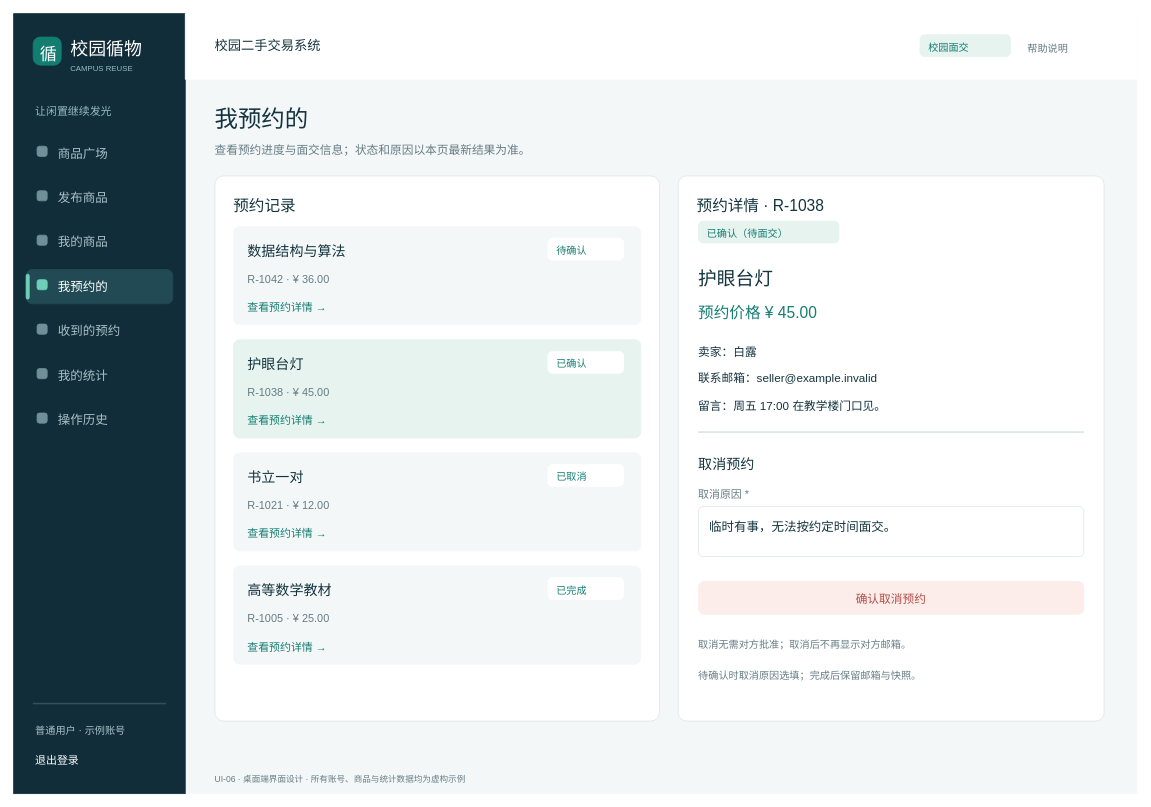
hqzhao-debug/software-engineering-lab1 keeps this draw.io diagram as page "界面06_我预约的" (6 of 14) of lab2/UI/校园循物_UI设计.drawio. Above is the earlier version. Source tidied: cells renumbered, new cells numbered last; positions are measured from the earlier drawing's top-left corner, leaving out a move shared by most shapes. Both pictures are drawn from the tidied source at 78%, with x=0, y=0 at pixel (13, 13).
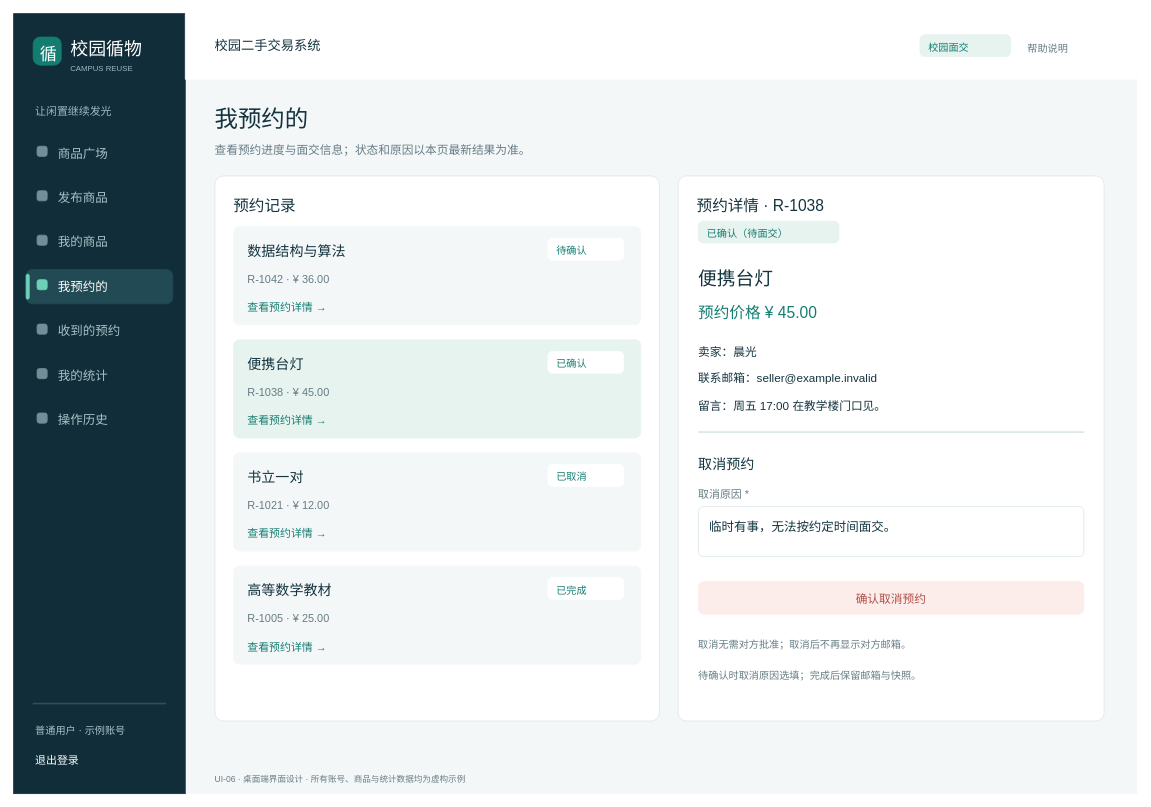
The same diagram, later.

Diff of the diagram source:
```diff
@@
-    <mxCell id="45" value="护眼台灯" style="text;html=0;strokeColor=none;fillColor=none;align=left;verticalAlign=top;whiteSpace=wrap;rounded=0;fontFamily=Hiragino Sans GB;fontSize=18;fontColor=#14343F;spacing=0;" parent="1" vertex="1">
+    <mxCell id="45" value="便携台灯" style="text;html=0;strokeColor=none;fillColor=none;align=left;verticalAlign=top;whiteSpace=wrap;rounded=0;fontFamily=Hiragino Sans GB;fontSize=18;fontColor=#14343F;spacing=0;" parent="1" vertex="1">
       <mxGeometry x="300" y="435" width="84" height="30" as="geometry" />
     </mxCell>
@@
-    <mxCell id="66" value="护眼台灯" style="text;html=0;strokeColor=none;fillColor=none;align=left;verticalAlign=top;whiteSpace=wrap;rounded=0;fontFamily=Hiragino Sans GB;fontSize=24;fontColor=#14343F;spacing=0;" parent="1" vertex="1">
+    <mxCell id="66" value="便携台灯" style="text;html=0;strokeColor=none;fillColor=none;align=left;verticalAlign=top;whiteSpace=wrap;rounded=0;fontFamily=Hiragino Sans GB;fontSize=24;fontColor=#14343F;spacing=0;" parent="1" vertex="1">
       <mxGeometry x="878" y="321" width="108" height="36" as="geometry" />
     </mxCell>
@@
-    <mxCell id="68" value="卖家：白露" style="text;html=0;strokeColor=none;fillColor=none;align=left;verticalAlign=top;whiteSpace=wrap;rounded=0;fontFamily=Hiragino Sans GB;fontSize=15;fontColor=#14343F;spacing=0;" parent="1" vertex="1">
+    <mxCell id="68" value="卖家：晨光" style="text;html=0;strokeColor=none;fillColor=none;align=left;verticalAlign=top;whiteSpace=wrap;rounded=0;fontFamily=Hiragino Sans GB;fontSize=15;fontColor=#14343F;spacing=0;" parent="1" vertex="1">
       <mxGeometry x="878" y="420" width="87" height="27" as="geometry" />
     </mxCell>
```
